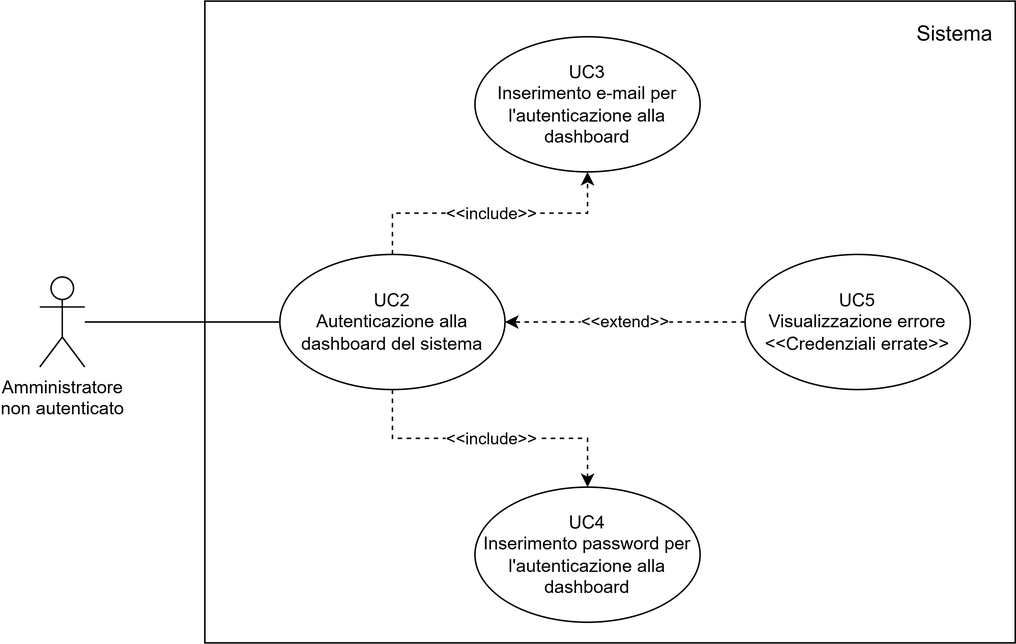
SWEatUNIPD/docs keeps this draw.io diagram as assets/use_cases/UC2-3-4-5.png. Above is the earlier version. Source tidied: cells renumbered, new cells last; positions are measured from the earlier drawing's top-left corner, leaving out a move shared by most shapes. Its diagram source:
```xml
<mxGraphModel>
  <root>
    <mxCell id="0" />
    <mxCell id="1" parent="0" />
    <mxCell id="2" style="edgeStyle=orthogonalEdgeStyle;rounded=0;jettySize=auto;html=1;endArrow=none;endFill=0;" parent="1" edge="1" source="3" target="6">
      <mxGeometry relative="1" as="geometry" />
    </mxCell>
    <mxCell id="3" value="Amministratore&lt;div&gt;non autenticato&lt;/div&gt;" style="shape=umlActor;verticalLabelPosition=bottom;verticalAlign=top;html=1;outlineConnect=0;" parent="1" vertex="1">
      <mxGeometry y="184" width="30" height="60" as="geometry" />
    </mxCell>
    <mxCell id="4" value="&amp;lt;&amp;lt;include&amp;gt;&amp;gt;" style="edgeStyle=orthogonalEdgeStyle;rounded=0;jettySize=auto;html=1;dashed=1;" parent="1" edge="1" source="6" target="7">
      <mxGeometry relative="1" as="geometry" />
    </mxCell>
    <mxCell id="5" value="&amp;lt;&amp;lt;include&amp;gt;&amp;gt;" style="edgeStyle=orthogonalEdgeStyle;rounded=0;jettySize=auto;html=1;dashed=1;" parent="1" edge="1" source="6" target="8">
      <mxGeometry relative="1" as="geometry" />
    </mxCell>
    <mxCell id="6" value="UC2&lt;div&gt;Autenticazione alla dashboard del sistema&lt;/div&gt;" style="ellipse;whiteSpace=wrap;html=1;fillColor=none;" parent="1" vertex="1">
      <mxGeometry x="160" y="169" width="150" height="90" as="geometry" />
    </mxCell>
    <mxCell id="7" value="UC3&lt;div&gt;Inserimento e-mail per l'autenticazione alla dashboard&lt;/div&gt;" style="ellipse;whiteSpace=wrap;html=1;fillColor=none;" parent="1" vertex="1">
      <mxGeometry x="290" y="24" width="150" height="90" as="geometry" />
    </mxCell>
    <mxCell id="8" value="UC4&lt;div&gt;Inserimento password per l'autenticazione alla dashboard&lt;/div&gt;" style="ellipse;whiteSpace=wrap;html=1;fillColor=none;" parent="1" vertex="1">
      <mxGeometry x="290" y="324" width="150" height="90" as="geometry" />
    </mxCell>
    <mxCell id="9" value="&amp;lt;&amp;lt;extend&amp;gt;&amp;gt;" style="edgeStyle=orthogonalEdgeStyle;rounded=0;jettySize=auto;html=1;dashed=1;" parent="1" edge="1" source="10" target="6">
      <mxGeometry relative="1" as="geometry" />
    </mxCell>
    <mxCell id="10" value="UC5&lt;div&gt;Visualizzazione errore &amp;lt;&amp;lt;Credenziali errate&amp;gt;&amp;gt;&lt;/div&gt;" style="ellipse;whiteSpace=wrap;html=1;fillColor=none;" parent="1" vertex="1">
      <mxGeometry x="470" y="169" width="150" height="90" as="geometry" />
    </mxCell>
    <mxCell id="11" style="rounded=0;whiteSpace=wrap;html=1;fillColor=none;" parent="1" vertex="1">
      <mxGeometry x="110" y="0.2" width="540" height="427.5" as="geometry" />
    </mxCell>
    <mxCell id="12" value="Sistema" style="text;html=1;align=center;verticalAlign=middle;whiteSpace=wrap;rounded=0;fontSize=14;" parent="1" vertex="1">
      <mxGeometry x="570" y="0.2" width="80" height="43.8" as="geometry" />
    </mxCell>
  </root>
</mxGraphModel>
```
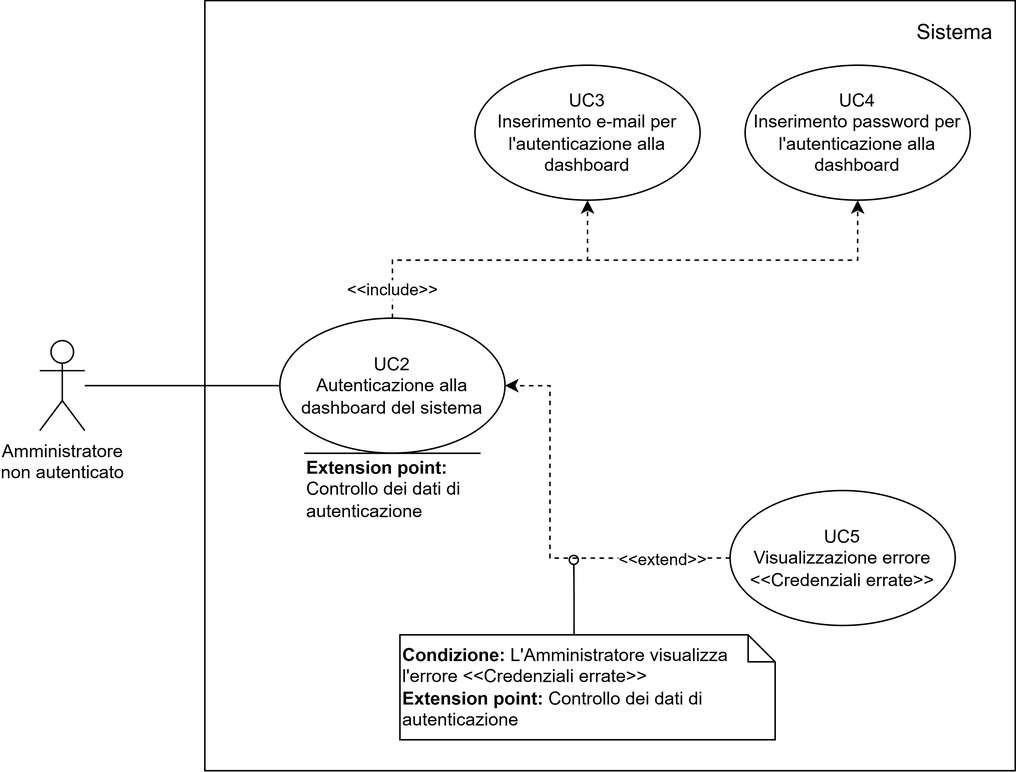
Later version of the same file.

The edit, as a diff of the source:
```diff
@@ -2,38 +2,72 @@
   <root>
     <mxCell id="0" />
     <mxCell id="1" parent="0" />
+    <mxCell id="11" style="rounded=0;whiteSpace=wrap;html=1;fillColor=none;" parent="1" vertex="1">
+      <mxGeometry x="110" y="0.9" width="540" height="513.8" as="geometry" />
+    </mxCell>
     <mxCell id="2" style="edgeStyle=orthogonalEdgeStyle;rounded=0;jettySize=auto;html=1;endArrow=none;endFill=0;" parent="1" edge="1" source="3" target="6">
       <mxGeometry relative="1" as="geometry" />
     </mxCell>
     <mxCell id="3" value="Amministratore&lt;div&gt;non autenticato&lt;/div&gt;" style="shape=umlActor;verticalLabelPosition=bottom;verticalAlign=top;html=1;outlineConnect=0;" parent="1" vertex="1">
-      <mxGeometry y="184" width="30" height="60" as="geometry" />
+      <mxGeometry y="227.8" width="30" height="60" as="geometry" />
     </mxCell>
+    <mxCell id="5" style="edgeStyle=orthogonalEdgeStyle;rounded=0;jettySize=auto;html=1;dashed=1;exitX=0.5;exitY=0;exitDx=0;exitDy=0;" parent="1" edge="1" source="6" target="8">
+      <mxGeometry x="-0.68" relative="1" as="geometry">
+        <Array as="points">
+          <mxPoint x="235" y="174" />
+          <mxPoint x="545" y="174" />
+        </Array>
+      </mxGeometry>
+    </mxCell>
+    <mxCell id="13" style="edgeStyle=orthogonalEdgeStyle;rounded=0;jettySize=auto;html=1;exitX=0.5;exitY=0;exitDx=0;exitDy=0;entryX=0.5;entryY=1;entryDx=0;entryDy=0;dashed=1;" parent="1" edge="1" source="6" target="7">
+      <mxGeometry relative="1" as="geometry">
+        <Array as="points">
+          <mxPoint x="235" y="174" />
+          <mxPoint x="365" y="174" />
+        </Array>
+      </mxGeometry>
+    </mxCell>
-    <mxCell id="4" value="&amp;lt;&amp;lt;include&amp;gt;&amp;gt;" style="edgeStyle=orthogonalEdgeStyle;rounded=0;jettySize=auto;html=1;dashed=1;" parent="1" edge="1" source="6" target="7">
-      <mxGeometry relative="1" as="geometry" />
+    <mxCell id="4" value="&amp;lt;&amp;lt;include&amp;gt;&amp;gt;" style="edgeLabel;html=1;align=center;verticalAlign=middle;" parent="13" vertex="1">
+      <mxGeometry x="-0.27" y="2" relative="1" as="geometry">
+        <mxPoint x="-37" y="22" as="offset" />
+      </mxGeometry>
     </mxCell>
-    <mxCell id="5" value="&amp;lt;&amp;lt;include&amp;gt;&amp;gt;" style="edgeStyle=orthogonalEdgeStyle;rounded=0;jettySize=auto;html=1;dashed=1;" parent="1" edge="1" source="6" target="8">
-      <mxGeometry relative="1" as="geometry" />
-    </mxCell>
     <mxCell id="6" value="UC2&lt;div&gt;Autenticazione alla dashboard del sistema&lt;/div&gt;" style="ellipse;whiteSpace=wrap;html=1;fillColor=none;" parent="1" vertex="1">
-      <mxGeometry x="160" y="169" width="150" height="90" as="geometry" />
+      <mxGeometry x="160" y="212.8" width="150" height="90" as="geometry" />
     </mxCell>
     <mxCell id="7" value="UC3&lt;div&gt;Inserimento e-mail per l'autenticazione alla dashboard&lt;/div&gt;" style="ellipse;whiteSpace=wrap;html=1;fillColor=none;" parent="1" vertex="1">
-      <mxGeometry x="290" y="24" width="150" height="90" as="geometry" />
+      <mxGeometry x="290" y="44" width="150" height="90" as="geometry" />
     </mxCell>
     <mxCell id="8" value="UC4&lt;div&gt;Inserimento password per l'autenticazione alla dashboard&lt;/div&gt;" style="ellipse;whiteSpace=wrap;html=1;fillColor=none;" parent="1" vertex="1">
-      <mxGeometry x="290" y="324" width="150" height="90" as="geometry" />
+      <mxGeometry x="470" y="44" width="150" height="90" as="geometry" />
     </mxCell>
-    <mxCell id="9" value="&amp;lt;&amp;lt;extend&amp;gt;&amp;gt;" style="edgeStyle=orthogonalEdgeStyle;rounded=0;jettySize=auto;html=1;dashed=1;" parent="1" edge="1" source="10" target="6">
-      <mxGeometry relative="1" as="geometry" />
+    <mxCell id="9" value="&amp;lt;&amp;lt;extend&amp;gt;&amp;gt;" style="edgeStyle=orthogonalEdgeStyle;rounded=0;jettySize=auto;html=1;dashed=1;exitX=0;exitY=0.5;exitDx=0;exitDy=0;entryX=1;entryY=0.5;entryDx=0;entryDy=0;" parent="1" edge="1" source="10" target="6">
+      <mxGeometry x="-0.66" y="1" relative="1" as="geometry">
+        <Array as="points">
+          <mxPoint x="340" y="373" />
+          <mxPoint x="340" y="258" />
+        </Array>
+      </mxGeometry>
     </mxCell>
     <mxCell id="10" value="UC5&lt;div&gt;Visualizzazione errore &amp;lt;&amp;lt;Credenziali errate&amp;gt;&amp;gt;&lt;/div&gt;" style="ellipse;whiteSpace=wrap;html=1;fillColor=none;" parent="1" vertex="1">
-      <mxGeometry x="470" y="169" width="150" height="90" as="geometry" />
+      <mxGeometry x="460" y="327.8" width="150" height="90" as="geometry" />
     </mxCell>
-    <mxCell id="11" style="rounded=0;whiteSpace=wrap;html=1;fillColor=none;" parent="1" vertex="1">
-      <mxGeometry x="110" y="0.2" width="540" height="427.5" as="geometry" />
-    </mxCell>
     <mxCell id="12" value="Sistema" style="text;html=1;align=center;verticalAlign=middle;whiteSpace=wrap;rounded=0;fontSize=14;" parent="1" vertex="1">
       <mxGeometry x="570" y="0.2" width="80" height="43.8" as="geometry" />
     </mxCell>
+    <mxCell id="14" style="edgeStyle=orthogonalEdgeStyle;rounded=0;jettySize=auto;html=1;exitX=0;exitY=0;exitDx=116;exitDy=0;exitPerimeter=0;endArrow=oval;endFill=0;" parent="1" edge="1" source="15">
+      <mxGeometry relative="1" as="geometry">
+        <mxPoint x="355.8" y="374" as="targetPoint" />
+      </mxGeometry>
+    </mxCell>
+    <mxCell id="15" value="&lt;b&gt;Condizione:&lt;/b&gt; L'Amministratore visualizza l'errore &amp;lt;&amp;lt;Credenziali errate&amp;gt;&amp;gt;&lt;br&gt;&lt;b&gt;Extension point:&lt;/b&gt; Controllo dei dati di autenticazione" style="shape=note;size=18;whiteSpace=wrap;html=1;align=left;" parent="1" vertex="1">
+      <mxGeometry x="240" y="424" width="250" height="70" as="geometry" />
+    </mxCell>
+    <mxCell id="16" style="line;strokeWidth=1;dashed=0;labelPosition=right;align=left;verticalAlign=middle;spacingTop=0;spacingLeft=6;" parent="1" vertex="1">
+      <mxGeometry x="176.2" y="297.9" width="117.5" height="10" as="geometry" />
+    </mxCell>
+    <mxCell id="17" value="&lt;b&gt;Extension point:&lt;/b&gt;&amp;nbsp;&lt;div&gt;Controllo dei dati di autenticazione&lt;/div&gt;" style="text;html=1;align=left;verticalAlign=middle;whiteSpace=wrap;rounded=0;" parent="1" vertex="1">
+      <mxGeometry x="176.2" y="312" width="157.5" height="30" as="geometry" />
+    </mxCell>
   </root>
 </mxGraphModel>
```
